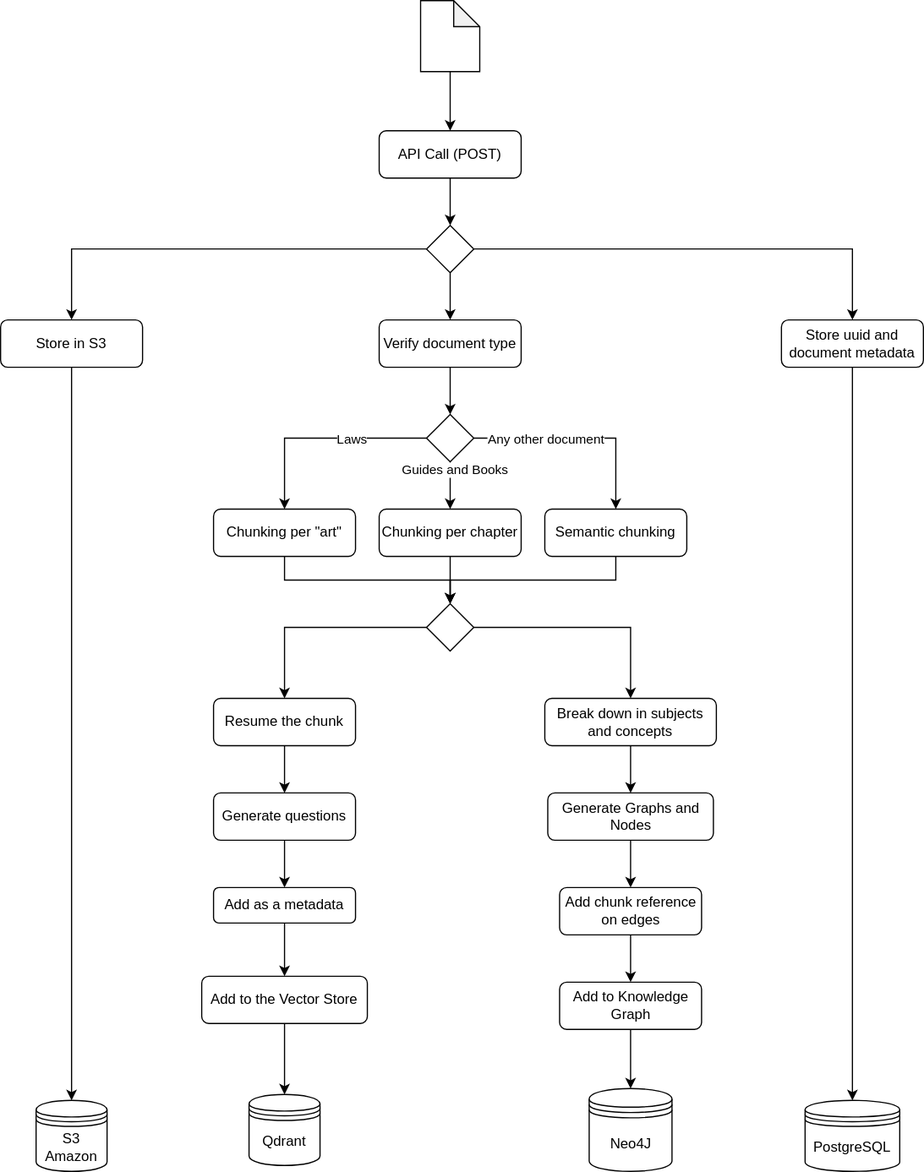
Earlier version of the draw.io export assets/Data_pipeline_server_architecture.svg (JimmyAreaFiscal/CAGEChat). Source tidied: cells renumbered, new cells last; positions are measured from the earlier drawing's top-left corner, leaving out a move shared by most shapes. Its diagram source:
```xml
<mxGraphModel>
  <root>
    <mxCell id="0" />
    <mxCell id="1" parent="0" />
    <mxCell id="2" style="edgeStyle=orthogonalEdgeStyle;rounded=0;jettySize=auto;html=1;exitX=0.5;exitY=1;exitDx=0;exitDy=0;" parent="1" edge="1" source="30" target="8">
      <mxGeometry relative="1" as="geometry" />
    </mxCell>
    <mxCell id="3" style="edgeStyle=orthogonalEdgeStyle;rounded=0;jettySize=auto;html=1;" parent="1" edge="1" source="4" target="30">
      <mxGeometry relative="1" as="geometry" />
    </mxCell>
    <mxCell id="4" value="API Call (POST)" style="rounded=1;whiteSpace=wrap;html=1;" parent="1" vertex="1">
      <mxGeometry x="320" y="110" width="120" height="40" as="geometry" />
    </mxCell>
    <mxCell id="5" style="edgeStyle=orthogonalEdgeStyle;rounded=0;jettySize=auto;html=1;entryX=0.5;entryY=0;entryDx=0;entryDy=0;" parent="1" edge="1" source="6" target="4">
      <mxGeometry relative="1" as="geometry" />
    </mxCell>
    <mxCell id="6" style="shape=note;whiteSpace=wrap;html=1;backgroundOutline=1;darkOpacity=0.05;size=22;" parent="1" vertex="1">
      <mxGeometry x="355" width="50" height="60" as="geometry" />
    </mxCell>
    <mxCell id="7" style="edgeStyle=orthogonalEdgeStyle;rounded=0;jettySize=auto;html=1;" parent="1" edge="1" source="8" target="31">
      <mxGeometry relative="1" as="geometry" />
    </mxCell>
    <mxCell id="8" value="Verify document type" style="whiteSpace=wrap;html=1;rounded=1;" parent="1" vertex="1">
      <mxGeometry x="320" y="270" width="120" height="40" as="geometry" />
    </mxCell>
    <mxCell id="9" style="edgeStyle=orthogonalEdgeStyle;rounded=0;jettySize=auto;html=1;exitX=0;exitY=0.5;exitDx=0;exitDy=0;" parent="1" edge="1" source="31" target="16">
      <mxGeometry relative="1" as="geometry" />
    </mxCell>
    <mxCell id="10" value="Laws" style="edgeLabel;html=1;align=center;verticalAlign=middle;" parent="9" vertex="1">
      <mxGeometry x="-0.29" relative="1" as="geometry" />
    </mxCell>
    <mxCell id="11" style="edgeStyle=orthogonalEdgeStyle;rounded=0;jettySize=auto;html=1;exitX=0.5;exitY=1;exitDx=0;exitDy=0;" parent="1" edge="1" source="31" target="18">
      <mxGeometry relative="1" as="geometry" />
    </mxCell>
    <mxCell id="12" value="Guides and Books" style="edgeLabel;html=1;align=center;verticalAlign=middle;" parent="11" vertex="1">
      <mxGeometry x="-0.2" y="3" relative="1" as="geometry">
        <mxPoint y="-10" as="offset" />
      </mxGeometry>
    </mxCell>
    <mxCell id="13" style="edgeStyle=orthogonalEdgeStyle;rounded=0;jettySize=auto;html=1;exitX=1;exitY=0.5;exitDx=0;exitDy=0;" parent="1" edge="1" source="31" target="20">
      <mxGeometry relative="1" as="geometry" />
    </mxCell>
    <mxCell id="14" value="Any other document" style="edgeLabel;html=1;align=center;verticalAlign=middle;" parent="13" vertex="1">
      <mxGeometry x="-0.33" relative="1" as="geometry" />
    </mxCell>
    <mxCell id="15" style="edgeStyle=orthogonalEdgeStyle;rounded=0;jettySize=auto;html=1;exitX=0.5;exitY=1;exitDx=0;exitDy=0;" parent="1" edge="1" source="16" target="33">
      <mxGeometry relative="1" as="geometry" />
    </mxCell>
    <mxCell id="16" value="Chunking per &quot;art&quot;" style="whiteSpace=wrap;html=1;rounded=1;" parent="1" vertex="1">
      <mxGeometry x="180" y="430" width="120" height="40" as="geometry" />
    </mxCell>
    <mxCell id="17" style="edgeStyle=orthogonalEdgeStyle;rounded=0;jettySize=auto;html=1;" parent="1" edge="1" source="18" target="33">
      <mxGeometry relative="1" as="geometry" />
    </mxCell>
    <mxCell id="18" value="Chunking per chapter" style="whiteSpace=wrap;html=1;rounded=1;" parent="1" vertex="1">
      <mxGeometry x="320" y="430" width="120" height="40" as="geometry" />
    </mxCell>
    <mxCell id="19" style="edgeStyle=orthogonalEdgeStyle;rounded=0;jettySize=auto;html=1;entryX=0.5;entryY=0;entryDx=0;entryDy=0;exitX=0.5;exitY=1;exitDx=0;exitDy=0;" parent="1" edge="1" source="20" target="33">
      <mxGeometry relative="1" as="geometry" />
    </mxCell>
    <mxCell id="20" value="Semantic chunking" style="whiteSpace=wrap;html=1;rounded=1;" parent="1" vertex="1">
      <mxGeometry x="460" y="430" width="120" height="40" as="geometry" />
    </mxCell>
    <mxCell id="21" style="edgeStyle=orthogonalEdgeStyle;rounded=0;jettySize=auto;html=1;" parent="1" edge="1" source="22" target="25">
      <mxGeometry relative="1" as="geometry" />
    </mxCell>
    <mxCell id="22" value="Resume the chunk" style="whiteSpace=wrap;html=1;rounded=1;" parent="1" vertex="1">
      <mxGeometry x="180" y="590" width="120" height="40" as="geometry" />
    </mxCell>
    <mxCell id="23" style="edgeStyle=orthogonalEdgeStyle;rounded=0;jettySize=auto;html=1;entryX=0.5;entryY=0;entryDx=0;entryDy=0;exitX=0;exitY=0.5;exitDx=0;exitDy=0;" parent="1" edge="1" source="33" target="22">
      <mxGeometry relative="1" as="geometry" />
    </mxCell>
    <mxCell id="24" style="edgeStyle=orthogonalEdgeStyle;rounded=0;jettySize=auto;html=1;" parent="1" edge="1" source="25" target="51">
      <mxGeometry relative="1" as="geometry" />
    </mxCell>
    <mxCell id="25" value="Generate questions" style="whiteSpace=wrap;html=1;rounded=1;" parent="1" vertex="1">
      <mxGeometry x="180" y="670" width="120" height="40" as="geometry" />
    </mxCell>
    <mxCell id="26" style="edgeStyle=orthogonalEdgeStyle;rounded=0;jettySize=auto;html=1;" parent="1" edge="1" source="27" target="36">
      <mxGeometry relative="1" as="geometry" />
    </mxCell>
    <mxCell id="27" value="Add to the Vector Store" style="whiteSpace=wrap;html=1;rounded=1;" parent="1" vertex="1">
      <mxGeometry x="170" y="825" width="140" height="40" as="geometry" />
    </mxCell>
    <mxCell id="28" style="edgeStyle=orthogonalEdgeStyle;rounded=0;jettySize=auto;html=1;" parent="1" edge="1" source="30" target="35">
      <mxGeometry relative="1" as="geometry" />
    </mxCell>
    <mxCell id="29" style="edgeStyle=orthogonalEdgeStyle;rounded=0;jettySize=auto;html=1;entryX=0.5;entryY=0;entryDx=0;entryDy=0;" parent="1" edge="1" source="30" target="39">
      <mxGeometry relative="1" as="geometry" />
    </mxCell>
    <mxCell id="30" style="rhombus;whiteSpace=wrap;html=1;" parent="1" vertex="1">
      <mxGeometry x="360" y="190" width="40" height="40" as="geometry" />
    </mxCell>
    <mxCell id="31" style="rhombus;whiteSpace=wrap;html=1;" parent="1" vertex="1">
      <mxGeometry x="360" y="350" width="40" height="40" as="geometry" />
    </mxCell>
    <mxCell id="32" style="edgeStyle=orthogonalEdgeStyle;rounded=0;jettySize=auto;html=1;" parent="1" edge="1" source="33" target="42">
      <mxGeometry relative="1" as="geometry" />
    </mxCell>
    <mxCell id="33" style="rhombus;whiteSpace=wrap;html=1;" parent="1" vertex="1">
      <mxGeometry x="360" y="510" width="40" height="40" as="geometry" />
    </mxCell>
    <mxCell id="34" style="edgeStyle=orthogonalEdgeStyle;rounded=0;jettySize=auto;html=1;entryX=0.5;entryY=0;entryDx=0;entryDy=0;" parent="1" edge="1" source="35" target="37">
      <mxGeometry relative="1" as="geometry" />
    </mxCell>
    <mxCell id="35" value="Store in S3" style="rounded=1;whiteSpace=wrap;html=1;" parent="1" vertex="1">
      <mxGeometry y="270" width="120" height="40" as="geometry" />
    </mxCell>
    <mxCell id="36" value="Qdrant" style="shape=datastore;whiteSpace=wrap;html=1;" parent="1" vertex="1">
      <mxGeometry x="210" y="925" width="60" height="60" as="geometry" />
    </mxCell>
    <mxCell id="37" value="S3 Amazon" style="shape=datastore;whiteSpace=wrap;html=1;" parent="1" vertex="1">
      <mxGeometry x="30" y="930" width="60" height="60" as="geometry" />
    </mxCell>
    <mxCell id="38" style="edgeStyle=orthogonalEdgeStyle;rounded=0;jettySize=auto;html=1;entryX=0.5;entryY=0;entryDx=0;entryDy=0;" parent="1" edge="1" source="39" target="40">
      <mxGeometry relative="1" as="geometry" />
    </mxCell>
    <mxCell id="39" value="Store uuid and document metadata" style="rounded=1;whiteSpace=wrap;html=1;" parent="1" vertex="1">
      <mxGeometry x="660" y="270" width="120" height="40" as="geometry" />
    </mxCell>
    <mxCell id="40" value="PostgreSQL" style="shape=datastore;whiteSpace=wrap;html=1;" parent="1" vertex="1">
      <mxGeometry x="680" y="930" width="80" height="60" as="geometry" />
    </mxCell>
    <mxCell id="41" style="edgeStyle=orthogonalEdgeStyle;rounded=0;jettySize=auto;html=1;" parent="1" edge="1" source="42" target="44">
      <mxGeometry relative="1" as="geometry" />
    </mxCell>
    <mxCell id="42" value="Break down in subjects and concepts" style="rounded=1;whiteSpace=wrap;html=1;" parent="1" vertex="1">
      <mxGeometry x="460" y="590" width="145" height="40" as="geometry" />
    </mxCell>
    <mxCell id="43" style="edgeStyle=orthogonalEdgeStyle;rounded=0;jettySize=auto;html=1;" parent="1" edge="1" source="44" target="47">
      <mxGeometry relative="1" as="geometry" />
    </mxCell>
    <mxCell id="44" value="Generate Graphs and Nodes" style="whiteSpace=wrap;html=1;rounded=1;" parent="1" vertex="1">
      <mxGeometry x="462.5" y="670" width="140" height="40" as="geometry" />
    </mxCell>
    <mxCell id="45" value="Neo4J" style="shape=datastore;whiteSpace=wrap;html=1;" parent="1" vertex="1">
      <mxGeometry x="497.5" y="920" width="70" height="70" as="geometry" />
    </mxCell>
    <mxCell id="46" style="edgeStyle=orthogonalEdgeStyle;rounded=0;jettySize=auto;html=1;" parent="1" edge="1" source="47" target="49">
      <mxGeometry relative="1" as="geometry" />
    </mxCell>
    <mxCell id="47" value="Add chunk reference on edges" style="whiteSpace=wrap;html=1;rounded=1;" parent="1" vertex="1">
      <mxGeometry x="472.5" y="750" width="120" height="40" as="geometry" />
    </mxCell>
    <mxCell id="48" style="edgeStyle=orthogonalEdgeStyle;rounded=0;jettySize=auto;html=1;" parent="1" edge="1" source="49" target="45">
      <mxGeometry relative="1" as="geometry" />
    </mxCell>
    <mxCell id="49" value="Add to Knowledge Graph" style="whiteSpace=wrap;html=1;rounded=1;" parent="1" vertex="1">
      <mxGeometry x="472.5" y="830" width="120" height="40" as="geometry" />
    </mxCell>
    <mxCell id="50" style="edgeStyle=orthogonalEdgeStyle;rounded=0;jettySize=auto;html=1;" parent="1" edge="1" source="51" target="27">
      <mxGeometry relative="1" as="geometry" />
    </mxCell>
    <mxCell id="51" value="Add as a metadata" style="rounded=1;whiteSpace=wrap;html=1;" parent="1" vertex="1">
      <mxGeometry x="180" y="750" width="120" height="30" as="geometry" />
    </mxCell>
  </root>
</mxGraphModel>
```
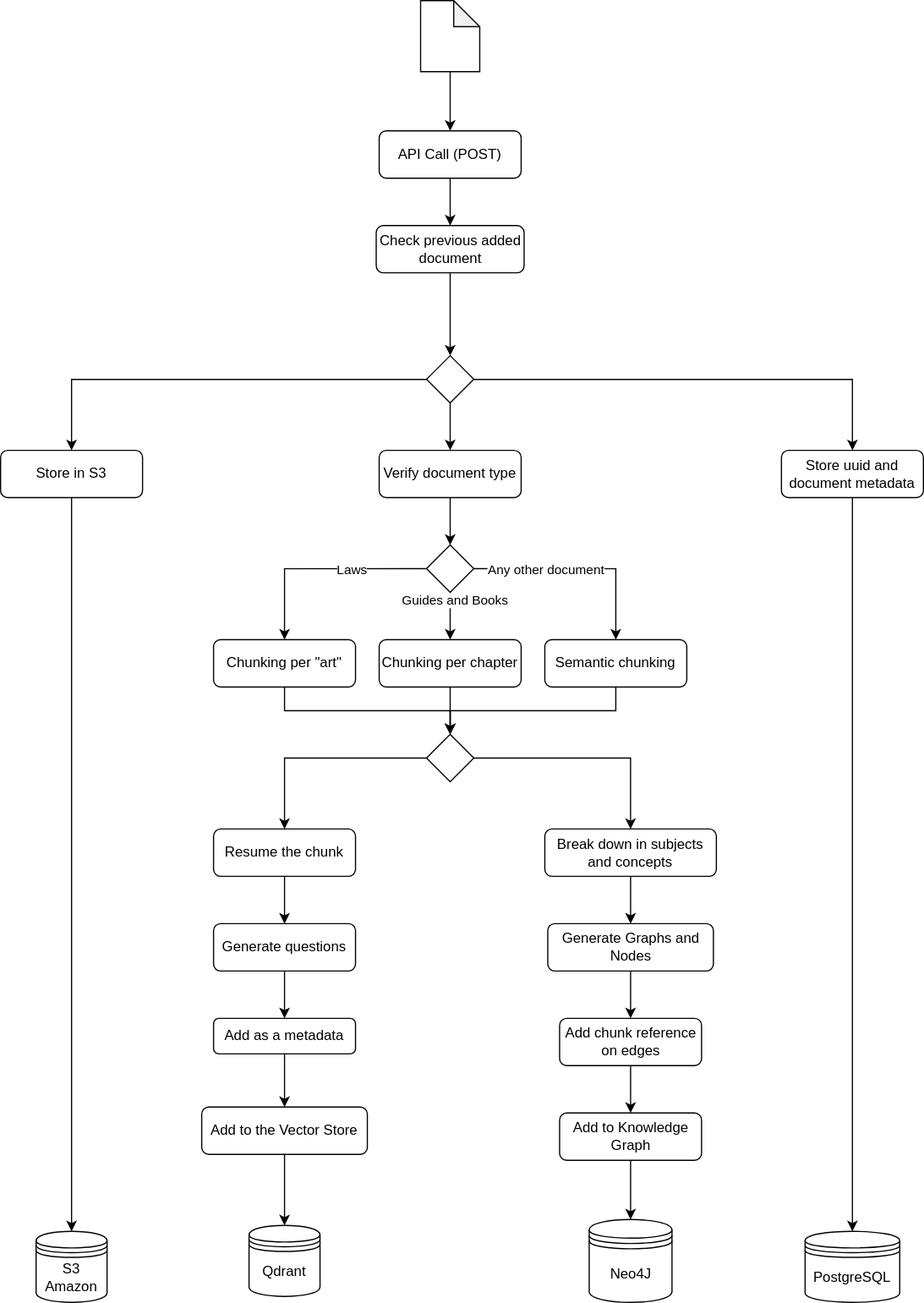
Later version of the same file.

What changed in the source:
```diff
@@ -5,17 +5,17 @@
     <mxCell id="2" style="edgeStyle=orthogonalEdgeStyle;rounded=0;jettySize=auto;html=1;exitX=0.5;exitY=1;exitDx=0;exitDy=0;" parent="1" edge="1" source="30" target="8">
       <mxGeometry relative="1" as="geometry" />
     </mxCell>
-    <mxCell id="3" style="edgeStyle=orthogonalEdgeStyle;rounded=0;jettySize=auto;html=1;" parent="1" edge="1" source="4" target="30">
-      <mxGeometry relative="1" as="geometry" />
-    </mxCell>
+    <mxCell id="52" style="edgeStyle=orthogonalEdgeStyle;rounded=0;jettySize=auto;html=1;" parent="1" edge="1" source="4" target="54">
+      <mxGeometry relative="1" as="geometry" />
+    </mxCell>
     <mxCell id="4" value="API Call (POST)" style="rounded=1;whiteSpace=wrap;html=1;" parent="1" vertex="1">
-      <mxGeometry x="320" y="110" width="120" height="40" as="geometry" />
+      <mxGeometry x="320" width="120" height="40" as="geometry" />
     </mxCell>
     <mxCell id="5" style="edgeStyle=orthogonalEdgeStyle;rounded=0;jettySize=auto;html=1;entryX=0.5;entryY=0;entryDx=0;entryDy=0;" parent="1" edge="1" source="6" target="4">
       <mxGeometry relative="1" as="geometry" />
     </mxCell>
     <mxCell id="6" style="shape=note;whiteSpace=wrap;html=1;backgroundOutline=1;darkOpacity=0.05;size=22;" parent="1" vertex="1">
-      <mxGeometry x="355" width="50" height="60" as="geometry" />
+      <mxGeometry x="355" y="-110" width="50" height="60" as="geometry" />
     </mxCell>
     <mxCell id="7" style="edgeStyle=orthogonalEdgeStyle;rounded=0;jettySize=auto;html=1;" parent="1" edge="1" source="8" target="31">
       <mxGeometry relative="1" as="geometry" />
@@ -154,5 +154,11 @@
     <mxCell id="51" value="Add as a metadata" style="rounded=1;whiteSpace=wrap;html=1;" parent="1" vertex="1">
       <mxGeometry x="180" y="750" width="120" height="30" as="geometry" />
     </mxCell>
+    <mxCell id="53" style="edgeStyle=orthogonalEdgeStyle;rounded=0;jettySize=auto;html=1;" parent="1" edge="1" source="54" target="30">
+      <mxGeometry relative="1" as="geometry" />
+    </mxCell>
+    <mxCell id="54" value="Check previous added document" style="rounded=1;whiteSpace=wrap;html=1;" parent="1" vertex="1">
+      <mxGeometry x="317.5" y="80" width="125" height="40" as="geometry" />
+    </mxCell>
   </root>
 </mxGraphModel>
```
